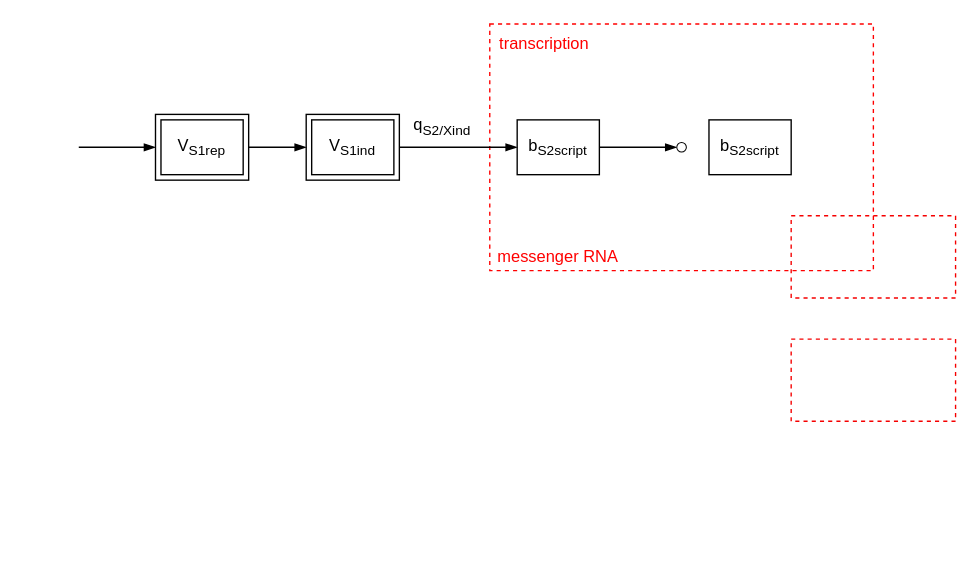
Above: AOXinduction.drawio in Yumatlab/bioprocesssimulation (draw.io), before the change. Source tidied: cells renumbered, new cells numbered last; positions are measured from the earlier drawing's top-left corner, leaving out a move shared by most shapes. Both pictures are drawn from the tidied source at 137%, with x=0, y=0 at pixel (78, 23).
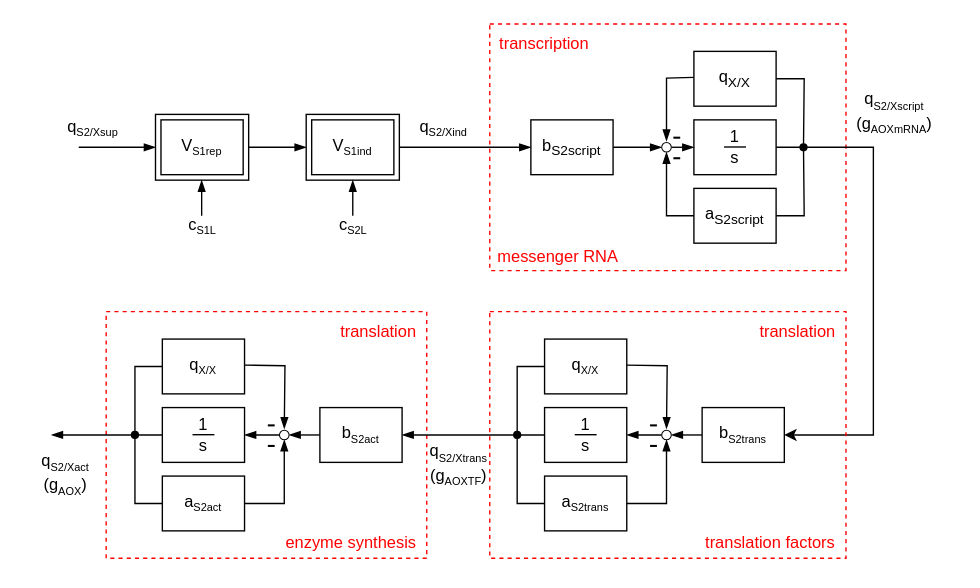
The same diagram, later.

Diff of the diagram source:
```diff
@@
+    <mxCell id="19" value="translation" style="text;html=1;align=center;verticalAlign=middle;whiteSpace=wrap;rounded=0;fontColor=#ff0000;" parent="1" vertex="1">
+      <mxGeometry x="189" y="210" width="60" height="30" as="geometry" />
+    </mxCell>
+    <mxCell id="20" value="enzyme synthesis" style="text;html=1;align=center;verticalAlign=middle;whiteSpace=wrap;rounded=0;fontColor=#ff0000;" parent="1" vertex="1">
+      <mxGeometry x="149" y="364" width="100" height="30" as="geometry" />
+    </mxCell>
+    <mxCell id="21" style="rounded=0;whiteSpace=wrap;html=1;fillColor=none;dashed=1;strokeColor=#ff0000;align=left;" parent="1" vertex="1">
+      <mxGeometry x="20" y="210" width="234" height="180" as="geometry" />
+    </mxCell>
+    <mxCell id="14" style="rounded=0;whiteSpace=wrap;html=1;fillColor=none;" parent="1" vertex="1">
+      <mxGeometry x="56" y="66" width="68" height="48" as="geometry" />
+    </mxCell>
+    <mxCell id="12" style="rounded=0;whiteSpace=wrap;html=1;fillColor=none;" parent="1" vertex="1">
+      <mxGeometry x="166" y="66" width="68" height="48" as="geometry" />
+    </mxCell>
     <mxCell id="2" style="rounded=0;whiteSpace=wrap;html=1;fillColor=none;dashed=1;strokeColor=#ff0000;align=left;" parent="1" vertex="1">
-      <mxGeometry x="300" width="280" height="180" as="geometry" />
+      <mxGeometry x="300" width="260" height="180" as="geometry" />
     </mxCell>
-    <mxCell id="3" style="rounded=0;whiteSpace=wrap;html=1;fillColor=none;dashed=1;strokeColor=#f50000;" parent="1" vertex="1">
-      <mxGeometry x="520" y="140" width="120" height="60" as="geometry" />
-    </mxCell>
-    <mxCell id="4" style="rounded=0;whiteSpace=wrap;html=1;fillColor=none;dashed=1;strokeColor=#f50000;" parent="1" vertex="1">
-      <mxGeometry x="520" y="230" width="120" height="60" as="geometry" />
-    </mxCell>
-    <mxCell id="5" value="V&lt;sub&gt;S1rep&lt;/sub&gt;" style="rounded=0;whiteSpace=wrap;html=1;" parent="1" vertex="1">
+    <mxCell id="5" value="V&lt;sub&gt;&lt;font style=&quot;font-size: 8px;&quot;&gt;S1rep&lt;/font&gt;&lt;/sub&gt;" style="rounded=0;whiteSpace=wrap;html=1;" parent="1" vertex="1">
       <mxGeometry x="60" y="70" width="60" height="40" as="geometry" />
     </mxCell>
-    <mxCell id="6" value="V&lt;sub&gt;S1ind&lt;/sub&gt;" style="rounded=0;whiteSpace=wrap;html=1;perimeterSpacing=1;" parent="1" vertex="1">
+    <mxCell id="6" value="V&lt;sub&gt;&lt;font style=&quot;font-size: 8px;&quot;&gt;S1ind&lt;/font&gt;&lt;/sub&gt;" style="rounded=0;whiteSpace=wrap;html=1;perimeterSpacing=1;" parent="1" vertex="1">
       <mxGeometry x="170" y="70" width="60" height="40" as="geometry" />
     </mxCell>
@@
     <mxCell id="8" value="b&lt;sub&gt;S2script&lt;/sub&gt;" style="rounded=0;whiteSpace=wrap;html=1;" parent="1" vertex="1">
-      <mxGeometry x="320" y="70" width="60" height="40" as="geometry" />
+      <mxGeometry x="330" y="70" width="60" height="40" as="geometry" />
     </mxCell>
+    <mxCell id="22" style="edgeStyle=orthogonalEdgeStyle;rounded=0;jettySize=auto;html=1;exitX=1;exitY=0.5;exitDx=0;exitDy=0;entryX=1;entryY=0.5;entryDx=0;entryDy=0;" parent="1" edge="1" source="9" target="34">
+      <mxGeometry relative="1" as="geometry">
+        <Array as="points">
+          <mxPoint x="580" y="90" />
+          <mxPoint x="580" y="300" />
+        </Array>
+      </mxGeometry>
+    </mxCell>
-    <mxCell id="9" value="b&lt;sub&gt;S2script&lt;/sub&gt;" style="rounded=0;whiteSpace=wrap;html=1;" parent="1" vertex="1">
-      <mxGeometry x="460" y="70" width="60" height="40" as="geometry" />
+    <mxCell id="9" value="1&lt;br&gt;s" style="rounded=0;whiteSpace=wrap;html=1;" parent="1" vertex="1">
+      <mxGeometry x="449" y="70" width="60" height="40" as="geometry" />
     </mxCell>
-    <mxCell id="10" value="q&lt;sub&gt;S2/Xind&lt;/sub&gt;" style="text;html=1;align=center;verticalAlign=middle;strokeColor=none;fillColor=none;" parent="1" vertex="1">
-      <mxGeometry x="230" y="60" width="70" height="30" as="geometry" />
+    <mxCell id="10" value="q&lt;sub&gt;&lt;font style=&quot;font-size: 8px;&quot;&gt;S2/Xind&lt;/font&gt;&lt;/sub&gt;" style="text;html=1;align=center;verticalAlign=middle;strokeColor=none;fillColor=none;" parent="1" vertex="1">
+      <mxGeometry x="236" y="61" width="60" height="30" as="geometry" />
     </mxCell>
@@
-    <mxCell id="12" style="rounded=0;whiteSpace=wrap;html=1;fillColor=none;" parent="1" vertex="1">
-      <mxGeometry x="166" y="66" width="68" height="48" as="geometry" />
-    </mxCell>
@@
-    <mxCell id="14" style="rounded=0;whiteSpace=wrap;html=1;fillColor=none;" parent="1" vertex="1">
-      <mxGeometry x="56" y="66" width="68" height="48" as="geometry" />
-    </mxCell>
@@
+    <mxCell id="23" style="edgeStyle=orthogonalEdgeStyle;rounded=0;jettySize=auto;html=1;exitX=1;exitY=0.5;exitDx=0;exitDy=0;entryX=0;entryY=0.5;entryDx=0;entryDy=0;endArrow=blockThin;endFill=1;" parent="1" edge="1" source="18" target="9">
+      <mxGeometry relative="1" as="geometry" />
+    </mxCell>
     <mxCell id="18" style="ellipse;whiteSpace=wrap;html=1;strokeWidth=0.75;" parent="1" vertex="1">
-      <mxGeometry x="436.5" y="86.5" width="7" height="7" as="geometry" />
+      <mxGeometry x="425.5" y="86.5" width="7" height="7" as="geometry" />
     </mxCell>
+    <mxCell id="24" style="edgeStyle=orthogonalEdgeStyle;rounded=0;orthogonalLoop=1;jettySize=auto;html=1;exitX=0;exitY=0.5;exitDx=0;exitDy=0;entryX=0.5;entryY=0;entryDx=0;entryDy=0;endArrow=blockThin;endFill=1;" parent="1" edge="1">
+      <mxGeometry relative="1" as="geometry">
+        <mxPoint x="449" y="39" as="sourcePoint" />
+        <mxPoint x="429" y="85.5" as="targetPoint" />
+      </mxGeometry>
+    </mxCell>
+    <mxCell id="25" style="edgeStyle=orthogonalEdgeStyle;rounded=0;jettySize=auto;html=1;exitX=1;exitY=0.5;exitDx=0;exitDy=0;endArrow=oval;endFill=1;endSize=5;" parent="1" edge="1" source="26">
+      <mxGeometry relative="1" as="geometry">
+        <mxPoint x="529" y="90" as="targetPoint" />
+      </mxGeometry>
+    </mxCell>
+    <mxCell id="26" value="q&lt;sub&gt;X/X&lt;/sub&gt;" style="rounded=0;whiteSpace=wrap;html=1;" parent="1" vertex="1">
+      <mxGeometry x="449" y="20" width="60" height="40" as="geometry" />
+    </mxCell>
+    <mxCell id="27" style="edgeStyle=orthogonalEdgeStyle;rounded=0;jettySize=auto;html=1;exitX=0;exitY=0.5;exitDx=0;exitDy=0;endArrow=blockThin;endFill=1;entryX=0.5;entryY=1;entryDx=0;entryDy=0;" parent="1" edge="1" source="29" target="18">
+      <mxGeometry relative="1" as="geometry">
+        <Array as="points">
+          <mxPoint x="429" y="140" />
+        </Array>
+      </mxGeometry>
+    </mxCell>
+    <mxCell id="28" style="edgeStyle=orthogonalEdgeStyle;rounded=0;jettySize=auto;html=1;exitX=1;exitY=0.5;exitDx=0;exitDy=0;endArrow=none;endFill=0;" parent="1" edge="1" source="29">
+      <mxGeometry relative="1" as="geometry">
+        <mxPoint x="529" y="90" as="targetPoint" />
+      </mxGeometry>
+    </mxCell>
+    <mxCell id="29" value="a&lt;sub&gt;S2script&lt;/sub&gt;" style="rounded=0;whiteSpace=wrap;html=1;" parent="1" vertex="1">
+      <mxGeometry x="449" y="120" width="60" height="40" as="geometry" />
+    </mxCell>
+    <mxCell id="30" style="endArrow=none;html=1;rounded=0;exitX=0.536;exitY=0.333;exitDx=0;exitDy=0;exitPerimeter=0;strokeWidth=1.5;" parent="1" edge="1">
+      <mxGeometry relative="1" as="geometry">
+        <mxPoint x="434" y="98" as="sourcePoint" />
+        <mxPoint x="439" y="98" as="targetPoint" />
+      </mxGeometry>
+    </mxCell>
+    <mxCell id="31" style="endArrow=none;html=1;rounded=0;exitX=0.536;exitY=0.333;exitDx=0;exitDy=0;exitPerimeter=0;strokeWidth=1.5;" parent="1" edge="1">
+      <mxGeometry relative="1" as="geometry">
+        <mxPoint x="434" y="83" as="sourcePoint" />
+        <mxPoint x="439" y="83" as="targetPoint" />
+      </mxGeometry>
+    </mxCell>
+    <mxCell id="32" style="rounded=0;whiteSpace=wrap;html=1;fillColor=none;dashed=1;strokeColor=#ff0000;align=left;" parent="1" vertex="1">
+      <mxGeometry x="300" y="210" width="260" height="180" as="geometry" />
+    </mxCell>
+    <mxCell id="33" style="edgeStyle=orthogonalEdgeStyle;rounded=0;jettySize=auto;html=1;exitX=0;exitY=0.5;exitDx=0;exitDy=0;entryX=1;entryY=0.5;entryDx=0;entryDy=0;endArrow=blockThin;endFill=1;" parent="1" edge="1" source="34" target="40">
+      <mxGeometry relative="1" as="geometry" />
+    </mxCell>
+    <mxCell id="34" value="b&lt;sub&gt;&lt;font style=&quot;font-size: 8px;&quot;&gt;S2trans&lt;/font&gt;&lt;/sub&gt;" style="rounded=0;whiteSpace=wrap;html=1;" parent="1" vertex="1">
+      <mxGeometry x="455" y="280" width="60" height="40" as="geometry" />
+    </mxCell>
+    <mxCell id="35" style="edgeStyle=orthogonalEdgeStyle;rounded=0;jettySize=auto;html=1;exitX=0;exitY=0.5;exitDx=0;exitDy=0;entryX=1;entryY=0.5;entryDx=0;entryDy=0;endArrow=blockThin;endFill=1;" parent="1" edge="1" source="36" target="52">
+      <mxGeometry relative="1" as="geometry" />
+    </mxCell>
+    <mxCell id="36" value="1&lt;br&gt;s" style="rounded=0;whiteSpace=wrap;html=1;" parent="1" vertex="1">
+      <mxGeometry x="340" y="280" width="60" height="40" as="geometry" />
+    </mxCell>
+    <mxCell id="37" value="translation" style="text;html=1;align=center;verticalAlign=middle;whiteSpace=wrap;rounded=0;fontColor=#ff0000;" parent="1" vertex="1">
+      <mxGeometry x="495" y="210" width="60" height="30" as="geometry" />
+    </mxCell>
+    <mxCell id="38" value="translation factors" style="text;html=1;align=center;verticalAlign=middle;whiteSpace=wrap;rounded=0;fontColor=#ff0000;" parent="1" vertex="1">
+      <mxGeometry x="455" y="364" width="100" height="30" as="geometry" />
+    </mxCell>
+    <mxCell id="39" style="edgeStyle=orthogonalEdgeStyle;rounded=0;jettySize=auto;html=1;endArrow=blockThin;endFill=1;exitX=0;exitY=0.5;exitDx=0;exitDy=0;" parent="1" edge="1" source="40" target="36">
+      <mxGeometry relative="1" as="geometry" />
+    </mxCell>
+    <mxCell id="40" style="ellipse;whiteSpace=wrap;html=1;strokeWidth=0.75;" parent="1" vertex="1">
+      <mxGeometry x="425.5" y="296.5" width="7" height="7" as="geometry" />
+    </mxCell>
+    <mxCell id="41" style="edgeStyle=orthogonalEdgeStyle;rounded=0;orthogonalLoop=1;jettySize=auto;html=1;exitX=1;exitY=0.5;exitDx=0;exitDy=0;entryX=0.5;entryY=0;entryDx=0;entryDy=0;endArrow=blockThin;endFill=1;" parent="1" edge="1">
+      <mxGeometry relative="1" as="geometry">
+        <mxPoint x="400" y="249" as="sourcePoint" />
+        <mxPoint x="429" y="295.5" as="targetPoint" />
+      </mxGeometry>
+    </mxCell>
+    <mxCell id="42" style="edgeStyle=orthogonalEdgeStyle;rounded=0;jettySize=auto;html=1;exitX=0;exitY=0.5;exitDx=0;exitDy=0;endArrow=none;endFill=0;" parent="1" edge="1" source="43">
+      <mxGeometry relative="1" as="geometry">
+        <mxPoint x="320" y="300" as="targetPoint" />
+      </mxGeometry>
+    </mxCell>
+    <mxCell id="43" value="q&lt;sub&gt;&lt;font style=&quot;font-size: 8px;&quot;&gt;X/X&lt;/font&gt;&lt;/sub&gt;" style="rounded=0;whiteSpace=wrap;html=1;" parent="1" vertex="1">
+      <mxGeometry x="340" y="230" width="60" height="40" as="geometry" />
+    </mxCell>
+    <mxCell id="44" style="edgeStyle=orthogonalEdgeStyle;rounded=0;jettySize=auto;html=1;exitX=0;exitY=0.5;exitDx=0;exitDy=0;endArrow=blockThin;endFill=1;entryX=0.5;entryY=1;entryDx=0;entryDy=0;" parent="1" edge="1" source="46" target="40">
+      <mxGeometry relative="1" as="geometry">
+        <Array as="points">
+          <mxPoint x="429" y="350" />
+        </Array>
+      </mxGeometry>
+    </mxCell>
+    <mxCell id="45" style="edgeStyle=orthogonalEdgeStyle;rounded=0;jettySize=auto;html=1;exitX=0;exitY=0.5;exitDx=0;exitDy=0;endArrow=oval;endFill=1;endSize=5;" parent="1" edge="1" source="46">
+      <mxGeometry relative="1" as="geometry">
+        <mxPoint x="320" y="300" as="targetPoint" />
+      </mxGeometry>
+    </mxCell>
+    <mxCell id="46" value="a&lt;sub&gt;&lt;font style=&quot;font-size: 8px;&quot;&gt;S2trans&lt;/font&gt;&lt;/sub&gt;" style="rounded=0;whiteSpace=wrap;html=1;" parent="1" vertex="1">
+      <mxGeometry x="340" y="330" width="60" height="40" as="geometry" />
+    </mxCell>
+    <mxCell id="47" style="endArrow=none;html=1;rounded=0;exitX=0.536;exitY=0.333;exitDx=0;exitDy=0;exitPerimeter=0;strokeWidth=1.5;" parent="1" edge="1">
+      <mxGeometry relative="1" as="geometry">
+        <mxPoint x="417" y="308" as="sourcePoint" />
+        <mxPoint x="422" y="308" as="targetPoint" />
+      </mxGeometry>
+    </mxCell>
+    <mxCell id="48" style="endArrow=none;html=1;rounded=0;exitX=0.536;exitY=0.333;exitDx=0;exitDy=0;exitPerimeter=0;strokeWidth=1.5;" parent="1" edge="1">
+      <mxGeometry relative="1" as="geometry">
+        <mxPoint x="417" y="293" as="sourcePoint" />
+        <mxPoint x="422" y="293" as="targetPoint" />
+      </mxGeometry>
+    </mxCell>
+    <mxCell id="49" style="endArrow=none;html=1;rounded=0;" parent="1" edge="1">
+      <mxGeometry relative="1" as="geometry">
+        <mxPoint x="362" y="299.8" as="sourcePoint" />
+        <mxPoint x="378" y="299.8" as="targetPoint" />
+        <Array as="points">
+          <mxPoint x="370" y="299.8" />
+        </Array>
+      </mxGeometry>
+    </mxCell>
+    <mxCell id="50" style="endArrow=none;html=1;rounded=0;" parent="1" edge="1">
+      <mxGeometry relative="1" as="geometry">
+        <mxPoint x="471" y="89.8" as="sourcePoint" />
+        <mxPoint x="487" y="89.8" as="targetPoint" />
+        <Array as="points">
+          <mxPoint x="479" y="89.8" />
+        </Array>
+      </mxGeometry>
+    </mxCell>
+    <mxCell id="51" style="edgeStyle=orthogonalEdgeStyle;rounded=0;jettySize=auto;html=1;exitX=0;exitY=0.5;exitDx=0;exitDy=0;entryX=1;entryY=0.5;entryDx=0;entryDy=0;endArrow=blockThin;endFill=1;" parent="1" edge="1" source="52" target="56">
+      <mxGeometry relative="1" as="geometry" />
+    </mxCell>
+    <mxCell id="52" value="b&lt;sub&gt;&lt;font style=&quot;font-size: 8px;&quot;&gt;S2act&lt;/font&gt;&lt;/sub&gt;" style="rounded=0;whiteSpace=wrap;html=1;" parent="1" vertex="1">
+      <mxGeometry x="176" y="280" width="60" height="40" as="geometry" />
+    </mxCell>
+    <mxCell id="53" style="edgeStyle=orthogonalEdgeStyle;rounded=0;jettySize=auto;html=1;exitX=0;exitY=0.5;exitDx=0;exitDy=0;endArrow=blockThin;endFill=1;" parent="1" edge="1" source="54">
+      <mxGeometry relative="1" as="geometry">
+        <mxPoint x="-20" y="300" as="targetPoint" />
+      </mxGeometry>
+    </mxCell>
+    <mxCell id="54" value="1&lt;br&gt;s" style="rounded=0;whiteSpace=wrap;html=1;" parent="1" vertex="1">
+      <mxGeometry x="61" y="280" width="60" height="40" as="geometry" />
+    </mxCell>
+    <mxCell id="55" style="edgeStyle=orthogonalEdgeStyle;rounded=0;jettySize=auto;html=1;endArrow=blockThin;endFill=1;exitX=0;exitY=0.5;exitDx=0;exitDy=0;" parent="1" edge="1" source="56" target="54">
+      <mxGeometry relative="1" as="geometry" />
+    </mxCell>
+    <mxCell id="56" style="ellipse;whiteSpace=wrap;html=1;strokeWidth=0.75;" parent="1" vertex="1">
+      <mxGeometry x="146.5" y="296.5" width="7" height="7" as="geometry" />
+    </mxCell>
+    <mxCell id="57" style="edgeStyle=orthogonalEdgeStyle;rounded=0;orthogonalLoop=1;jettySize=auto;html=1;exitX=1;exitY=0.5;exitDx=0;exitDy=0;entryX=0.5;entryY=0;entryDx=0;entryDy=0;endArrow=blockThin;endFill=1;" parent="1" edge="1">
+      <mxGeometry relative="1" as="geometry">
+        <mxPoint x="121" y="249" as="sourcePoint" />
+        <mxPoint x="150" y="295.5" as="targetPoint" />
+      </mxGeometry>
+    </mxCell>
+    <mxCell id="58" style="edgeStyle=orthogonalEdgeStyle;rounded=0;jettySize=auto;html=1;exitX=0;exitY=0.5;exitDx=0;exitDy=0;endArrow=none;endFill=0;" parent="1" edge="1" source="59">
+      <mxGeometry relative="1" as="geometry">
+        <mxPoint x="41" y="300" as="targetPoint" />
+      </mxGeometry>
+    </mxCell>
+    <mxCell id="59" value="q&lt;sub&gt;&lt;font style=&quot;font-size: 8px;&quot;&gt;X/X&lt;/font&gt;&lt;/sub&gt;" style="rounded=0;whiteSpace=wrap;html=1;" parent="1" vertex="1">
+      <mxGeometry x="61" y="230" width="60" height="40" as="geometry" />
+    </mxCell>
+    <mxCell id="60" style="edgeStyle=orthogonalEdgeStyle;rounded=0;jettySize=auto;html=1;exitX=0;exitY=0.5;exitDx=0;exitDy=0;endArrow=blockThin;endFill=1;entryX=0.5;entryY=1;entryDx=0;entryDy=0;" parent="1" edge="1" source="62" target="56">
+      <mxGeometry relative="1" as="geometry">
+        <Array as="points">
+          <mxPoint x="150" y="350" />
+        </Array>
+      </mxGeometry>
+    </mxCell>
+    <mxCell id="61" style="edgeStyle=orthogonalEdgeStyle;rounded=0;jettySize=auto;html=1;exitX=0;exitY=0.5;exitDx=0;exitDy=0;endArrow=oval;endFill=1;endSize=5;" parent="1" edge="1" source="62">
+      <mxGeometry relative="1" as="geometry">
+        <mxPoint x="41" y="300" as="targetPoint" />
+      </mxGeometry>
+    </mxCell>
+    <mxCell id="62" value="a&lt;sub&gt;&lt;font style=&quot;font-size: 8px;&quot;&gt;S2act&lt;/font&gt;&lt;/sub&gt;" style="rounded=0;whiteSpace=wrap;html=1;" parent="1" vertex="1">
+      <mxGeometry x="61" y="330" width="60" height="40" as="geometry" />
+    </mxCell>
+    <mxCell id="63" style="endArrow=none;html=1;rounded=0;exitX=0.536;exitY=0.333;exitDx=0;exitDy=0;exitPerimeter=0;strokeWidth=1.5;" parent="1" edge="1">
+      <mxGeometry relative="1" as="geometry">
+        <mxPoint x="138" y="308" as="sourcePoint" />
+        <mxPoint x="143" y="308" as="targetPoint" />
+      </mxGeometry>
+    </mxCell>
+    <mxCell id="64" style="endArrow=none;html=1;rounded=0;exitX=0.536;exitY=0.333;exitDx=0;exitDy=0;exitPerimeter=0;strokeWidth=1.5;" parent="1" edge="1">
+      <mxGeometry relative="1" as="geometry">
+        <mxPoint x="138" y="293" as="sourcePoint" />
+        <mxPoint x="143" y="293" as="targetPoint" />
+      </mxGeometry>
+    </mxCell>
+    <mxCell id="65" style="endArrow=none;html=1;rounded=0;" parent="1" edge="1">
+      <mxGeometry relative="1" as="geometry">
+        <mxPoint x="83" y="299.8" as="sourcePoint" />
+        <mxPoint x="99" y="299.8" as="targetPoint" />
+        <Array as="points">
+          <mxPoint x="91" y="299.8" />
+        </Array>
+      </mxGeometry>
+    </mxCell>
+    <mxCell id="66" value="q&lt;sub&gt;&lt;font style=&quot;font-size: 8px;&quot;&gt;S2/Xscript&lt;/font&gt;&lt;/sub&gt;&lt;br&gt;(g&lt;sub&gt;&lt;font style=&quot;font-size: 8px;&quot;&gt;AOXmRNA&lt;/font&gt;&lt;/sub&gt;)" style="text;html=1;align=center;verticalAlign=middle;strokeColor=none;fillColor=none;" parent="1" vertex="1">
+      <mxGeometry x="555" y="40" width="80" height="50" as="geometry" />
+    </mxCell>
+    <mxCell id="67" value="q&lt;sub&gt;&lt;font style=&quot;font-size: 8px;&quot;&gt;S2/Xtrans&lt;/font&gt;&lt;/sub&gt;&lt;br&gt;(g&lt;sub&gt;&lt;font style=&quot;font-size: 8px;&quot;&gt;AOXTF&lt;/font&gt;&lt;/sub&gt;)" style="text;html=1;align=center;verticalAlign=middle;strokeColor=none;fillColor=none;" parent="1" vertex="1">
+      <mxGeometry x="242" y="296.5" width="70" height="50" as="geometry" />
+    </mxCell>
+    <mxCell id="68" value="q&lt;sub&gt;&lt;font style=&quot;font-size: 8px;&quot;&gt;S2/Xact&lt;/font&gt;&lt;/sub&gt;&lt;br&gt;(g&lt;sub&gt;&lt;font style=&quot;font-size: 8px;&quot;&gt;AOX&lt;/font&gt;&lt;/sub&gt;)" style="text;html=1;align=center;verticalAlign=middle;strokeColor=none;fillColor=none;" parent="1" vertex="1">
+      <mxGeometry x="-40" y="303.5" width="60" height="50" as="geometry" />
+    </mxCell>
+    <mxCell id="69" style="edgeStyle=orthogonalEdgeStyle;rounded=0;jettySize=auto;html=1;entryX=0.5;entryY=1;entryDx=0;entryDy=0;endArrow=blockThin;endFill=1;" parent="1" edge="1" target="12">
+      <mxGeometry relative="1" as="geometry">
+        <mxPoint x="200" y="140" as="sourcePoint" />
+      </mxGeometry>
+    </mxCell>
+    <mxCell id="70" style="edgeStyle=orthogonalEdgeStyle;rounded=0;orthogonalLoop=1;jettySize=auto;html=1;entryX=0.5;entryY=1;entryDx=0;entryDy=0;endArrow=blockThin;endFill=1;" parent="1" edge="1">
+      <mxGeometry relative="1" as="geometry">
+        <mxPoint x="89.7" y="140" as="sourcePoint" />
+        <mxPoint x="89.7" y="114" as="targetPoint" />
+      </mxGeometry>
+    </mxCell>
+    <mxCell id="71" value="q&lt;sub&gt;&lt;font style=&quot;font-size: 8px;&quot;&gt;S2/Xsup&lt;/font&gt;&lt;/sub&gt;" style="text;html=1;align=center;verticalAlign=middle;strokeColor=none;fillColor=none;" parent="1" vertex="1">
+      <mxGeometry x="-20" y="61" width="60" height="30" as="geometry" />
+    </mxCell>
+    <mxCell id="72" value="c&lt;sub&gt;&lt;font style=&quot;font-size: 8px;&quot;&gt;S1L&lt;/font&gt;&lt;/sub&gt;" style="text;html=1;align=center;verticalAlign=middle;strokeColor=none;fillColor=none;" parent="1" vertex="1">
+      <mxGeometry x="69.5" y="133" width="40" height="30" as="geometry" />
+    </mxCell>
+    <mxCell id="73" value="c&lt;sub&gt;&lt;font style=&quot;font-size: 8px;&quot;&gt;S2L&lt;/font&gt;&lt;/sub&gt;" style="text;html=1;align=center;verticalAlign=middle;strokeColor=none;fillColor=none;" parent="1" vertex="1">
+      <mxGeometry x="180" y="133" width="40" height="30" as="geometry" />
+    </mxCell>
```
